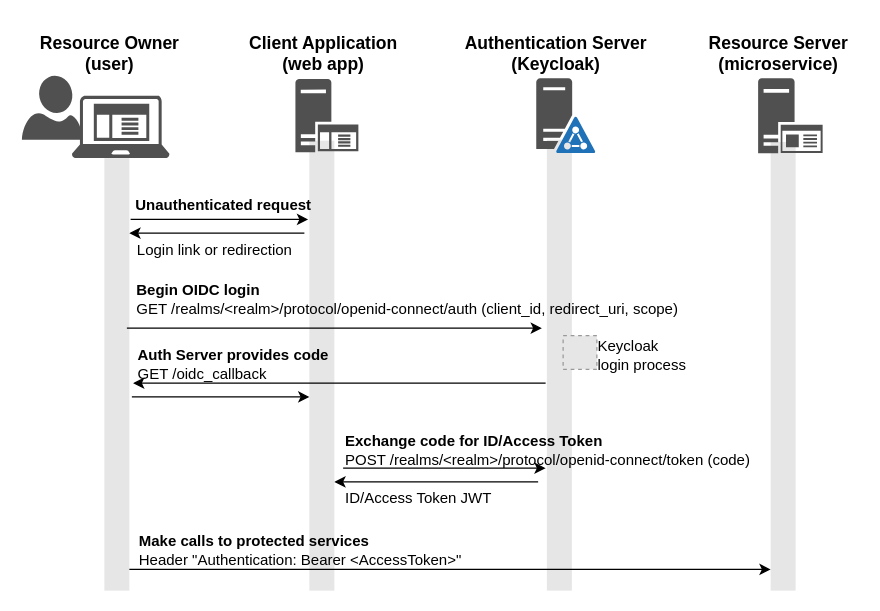
Before: keycloak/keycloak-oauth2-entities.drawio in fabianlee/blogcode, a draw.io diagram. Source tidied: cells renumbered, new cells numbered last; positions are measured from the earlier drawing's top-left corner, leaving out a move shared by most shapes. Both pictures are drawn from the tidied source at 125%, with x=0, y=0 at pixel (21, 21). Pictures stored in the file or linked from it are replaced by grey dashed boxes.
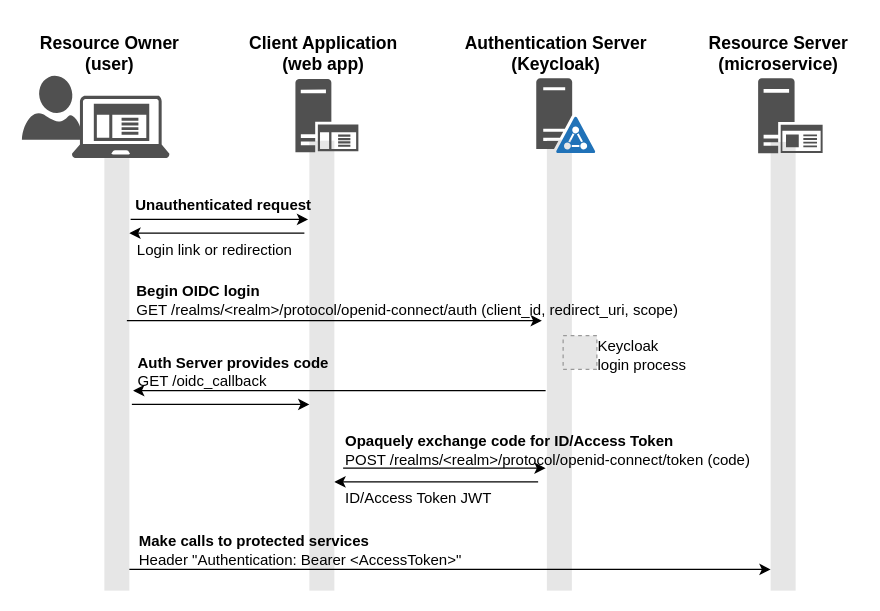
After the change.

What changed in the source:
```diff
@@
     <mxCell id="19" style="endArrow=classic;html=1;rounded=0;" parent="1" edge="1">
       <mxGeometry relative="1" as="geometry">
-        <mxPoint x="84" y="245" as="sourcePoint" />
-        <mxPoint x="416" y="245" as="targetPoint" />
+        <mxPoint x="84" y="239" as="sourcePoint" />
+        <mxPoint x="416" y="239" as="targetPoint" />
       </mxGeometry>
     </mxCell>
     <mxCell id="20" style="endArrow=classic;html=1;rounded=0;" parent="1" edge="1">
       <mxGeometry relative="1" as="geometry">
-        <mxPoint x="419" y="289" as="sourcePoint" />
-        <mxPoint x="89" y="289" as="targetPoint" />
+        <mxPoint x="419" y="295" as="sourcePoint" />
+        <mxPoint x="89" y="295" as="targetPoint" />
       </mxGeometry>
     </mxCell>
     <mxCell id="21" value="&lt;div align=&quot;left&quot;&gt;&lt;b&gt;Begin OIDC login&lt;/b&gt;&lt;br&gt;&lt;/div&gt;&lt;div align=&quot;left&quot;&gt;GET /realms/&amp;lt;realm&amp;gt;/protocol/openid-connect/auth (client_id, redirect_uri, scope)&lt;/div&gt;" style="text;html=1;align=left;verticalAlign=middle;fillColor=none;strokeColor=none;rounded=0;fontStyle=0;" parent="1" vertex="1">
-      <mxGeometry x="90" y="202" width="460" height="40" as="geometry" />
+      <mxGeometry x="90" y="203" width="460" height="40" as="geometry" />
     </mxCell>
     <mxCell id="22" value="&lt;div align=&quot;left&quot;&gt;&lt;b&gt;Auth Server provides code&lt;/b&gt;&lt;br&gt;&lt;/div&gt;&lt;div align=&quot;left&quot;&gt;GET /oidc_callback&lt;/div&gt;" style="text;html=1;align=left;verticalAlign=middle;fillColor=none;strokeColor=none;rounded=0;" parent="1" vertex="1">
-      <mxGeometry x="91" y="254" width="180" height="40" as="geometry" />
+      <mxGeometry x="91" y="260" width="180" height="40" as="geometry" />
     </mxCell>
     <mxCell id="23" style="endArrow=classic;html=1;rounded=0;" parent="1" edge="1">
       <mxGeometry relative="1" as="geometry">
-        <mxPoint x="88" y="300" as="sourcePoint" />
-        <mxPoint x="230" y="300" as="targetPoint" />
+        <mxPoint x="88" y="306" as="sourcePoint" />
+        <mxPoint x="230" y="306" as="targetPoint" />
       </mxGeometry>
     </mxCell>
@@
-    <mxCell id="26" value="&lt;div&gt;&lt;b&gt;Exchange code for ID/Access Token&lt;/b&gt;&lt;br&gt;&lt;/div&gt;&lt;div&gt;POST /realms/&amp;lt;realm&amp;gt;/protocol/openid-connect/token (code)&lt;br&gt;&lt;/div&gt;" style="text;html=1;align=left;verticalAlign=middle;fillColor=none;strokeColor=none;rounded=0;" parent="1" vertex="1">
+    <mxCell id="26" value="&lt;div&gt;&lt;b&gt;Opaquely exchange code for ID/Access Token&lt;/b&gt;&lt;br&gt;&lt;/div&gt;&lt;div&gt;POST /realms/&amp;lt;realm&amp;gt;/protocol/openid-connect/token (code)&lt;br&gt;&lt;/div&gt;" style="text;html=1;align=left;verticalAlign=middle;fillColor=none;strokeColor=none;rounded=0;" parent="1" vertex="1">
       <mxGeometry x="256.5" y="323" width="350" height="40" as="geometry" />
     </mxCell>
```
